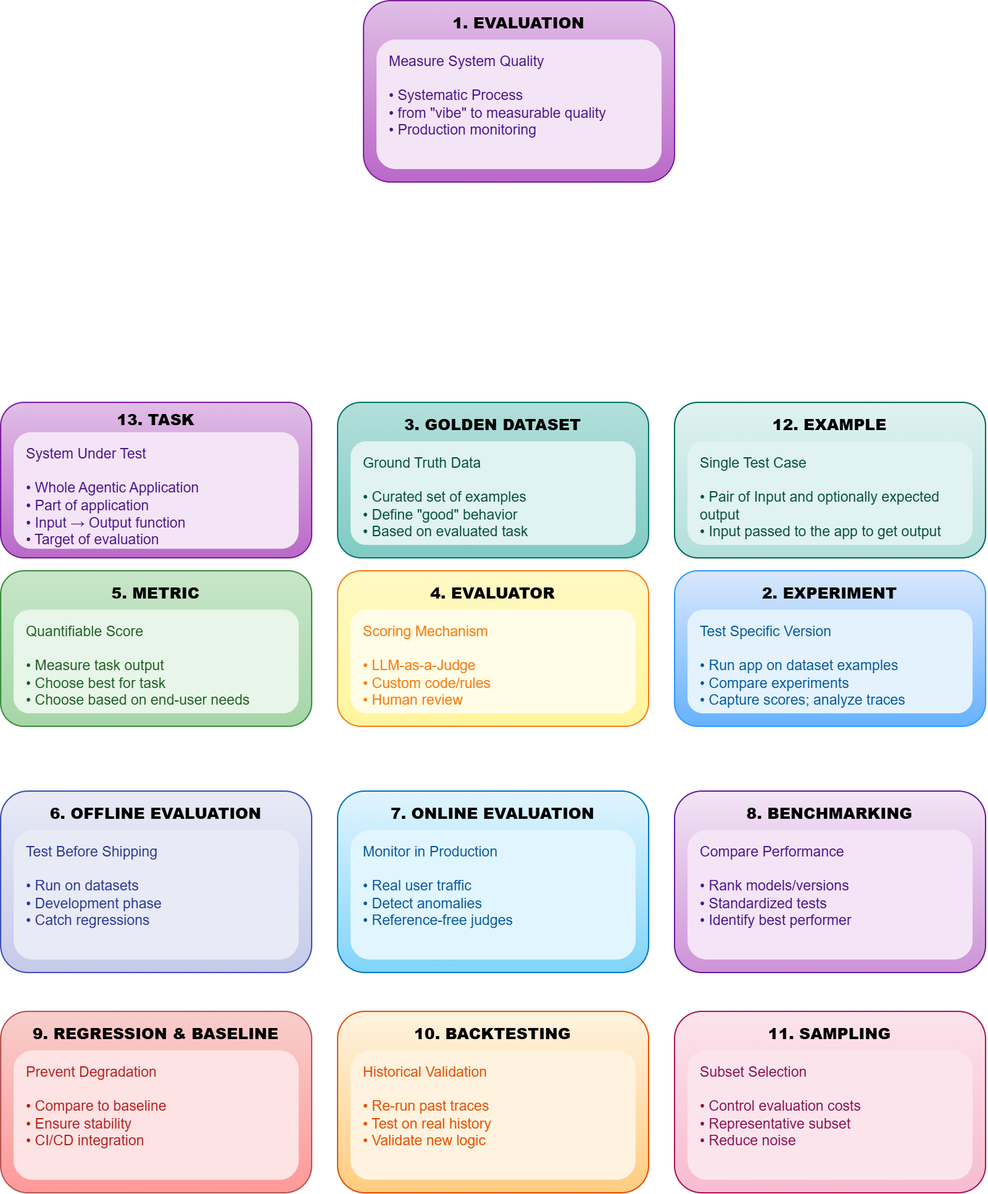
This is other/diagrams/evaluation_core_concepts.drawio.png from michaelmiscanuk/czsu-multi-agent-text-to-sql, a draw.io export, as it was before one commit. Source tidied: cells renumbered, new cells last; positions are measured from the earlier drawing's top-left corner, leaving out a move shared by most shapes.
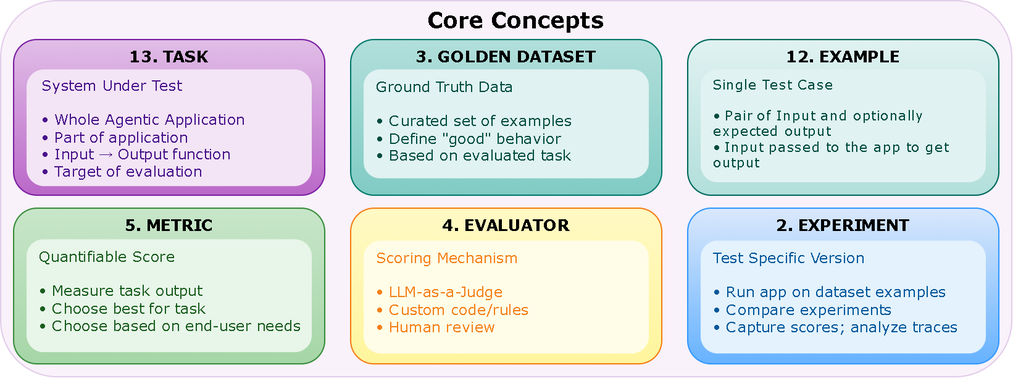
After the change.

Commit message:
356 Improving observability and evaluation core concepts diagrams

The edit, as a diff of the source:
```diff
@@ -2,82 +2,43 @@
   <root>
     <mxCell id="0" />
     <mxCell id="1" parent="0" />
-    <mxCell id="2" value="&lt;b&gt;1. EVALUATION&lt;/b&gt;" style="rounded=1;whiteSpace=wrap;html=1;fillColor=#e1bee7;strokeColor=#7B1FA2;fontSize=12;fontStyle=1;gradientColor=#ba68c8;align=center;verticalAlign=top;spacingTop=4;fontFamily=Helvetica;fontColor=default;spacing=2;" parent="1" vertex="1">
-      <mxGeometry x="280" width="240" height="140" as="geometry" />
-    </mxCell>
-    <mxCell id="3" value="&lt;span&gt;Measure System Quality&lt;/span&gt;&lt;br&gt;&lt;br&gt;• Systematic Process&lt;br&gt;• from &quot;vibe&quot; to measurable quality&lt;br&gt;• Production monitoring" style="text;html=1;strokeColor=none;fillColor=#f3e5f5;align=left;verticalAlign=top;whiteSpace=wrap;rounded=1;fontSize=11;fontFamily=Helvetica;fontColor=#4a148c;spacingLeft=8;fontStyle=0;spacingTop=4;" parent="1" vertex="1">
-      <mxGeometry x="290" y="30" width="220" height="100" as="geometry" />
-    </mxCell>
+    <mxCell id="28" value="&lt;b&gt;Core Concepts&lt;/b&gt;" style="rounded=1;whiteSpace=wrap;html=1;fillColor=#e1bee7;strokeColor=#7B1FA2;fontSize=17;fontStyle=1;opacity=20;align=center;verticalAlign=top;spacingLeft=15;spacingTop=-2;fontFamily=Verdana;fontColor=default;gradientColor=none;" parent="1" vertex="1">
+      <mxGeometry x="-10" y="280" width="780" height="290" as="geometry" />
+    </mxCell>
-    <mxCell id="4" value="&lt;b&gt;2. EXPERIMENT&lt;/b&gt;" style="rounded=1;whiteSpace=wrap;html=1;fillColor=#dae8fc;strokeColor=#3399FF;fontSize=12;fontStyle=1;gradientColor=#66B2FF;align=center;verticalAlign=top;spacingTop=4;fontFamily=Helvetica;fontColor=default;spacing=2;" parent="1" vertex="1">
+    <mxCell id="4" value="&lt;b&gt;2. EXPERIMENT&lt;/b&gt;" style="rounded=1;whiteSpace=wrap;html=1;fillColor=#dae8fc;strokeColor=#3399FF;fontSize=12;fontStyle=1;gradientColor=#66B2FF;align=center;verticalAlign=top;spacingTop=-1;fontFamily=Verdana;fontColor=default;spacing=2;" parent="1" vertex="1">
       <mxGeometry x="520" y="440" width="240" height="120" as="geometry" />
     </mxCell>
-    <mxCell id="5" value="&lt;span&gt;Test Specific Version&lt;/span&gt;&lt;br&gt;&lt;br&gt;• Run app on dataset examples&lt;br&gt;• Compare experiments&lt;br&gt;• Capture scores; analyze traces" style="text;html=1;strokeColor=none;fillColor=#E3F2FD;align=left;verticalAlign=top;whiteSpace=wrap;rounded=1;fontSize=11;fontFamily=Helvetica;fontColor=#01579B;spacingLeft=8;fontStyle=0;spacingTop=4;" parent="1" vertex="1">
-      <mxGeometry x="530" y="470" width="220" height="80" as="geometry" />
+    <mxCell id="5" value="&lt;span&gt;Test Specific Version&lt;/span&gt;&lt;br&gt;&lt;br&gt;• Run app on dataset examples&lt;br&gt;• Compare experiments&lt;br&gt;• Capture scores; analyze traces" style="text;html=1;strokeColor=none;fillColor=#E3F2FD;align=left;verticalAlign=top;whiteSpace=wrap;rounded=1;fontSize=11;fontFamily=Verdana;fontColor=#01579B;spacingLeft=8;fontStyle=0;spacingTop=0;" parent="1" vertex="1">
+      <mxGeometry x="530" y="465" width="220" height="87" as="geometry" />
     </mxCell>
-    <mxCell id="6" value="&lt;b&gt;3. GOLDEN DATASET&lt;/b&gt;" style="rounded=1;whiteSpace=wrap;html=1;fillColor=#b2dfdb;strokeColor=#00796B;fontSize=12;fontStyle=1;gradientColor=#80CBC4;align=center;verticalAlign=top;spacingTop=4;fontFamily=Helvetica;fontColor=default;spacing=2;" parent="1" vertex="1">
+    <mxCell id="6" value="&lt;b&gt;3. GOLDEN DATASET&lt;/b&gt;" style="rounded=1;whiteSpace=wrap;html=1;fillColor=#b2dfdb;strokeColor=#00796B;fontSize=12;fontStyle=1;gradientColor=#80CBC4;align=center;verticalAlign=top;spacingTop=-1;fontFamily=Verdana;fontColor=default;spacing=2;" parent="1" vertex="1">
       <mxGeometry x="260" y="310" width="240" height="120" as="geometry" />
     </mxCell>
-    <mxCell id="7" value="&lt;span&gt;Ground Truth Data&lt;/span&gt;&lt;br&gt;&lt;br&gt;• Curated set of examples&lt;br&gt;• Define &quot;good&quot; behavior&lt;div&gt;• Based on evaluated task&lt;/div&gt;" style="text;html=1;strokeColor=none;fillColor=#E0F2F1;align=left;verticalAlign=top;whiteSpace=wrap;rounded=1;fontSize=11;fontFamily=Helvetica;fontColor=#004D40;spacingLeft=8;fontStyle=0;spacingTop=4;" parent="1" vertex="1">
-      <mxGeometry x="270" y="340" width="220" height="80" as="geometry" />
+    <mxCell id="7" value="&lt;span&gt;Ground Truth Data&lt;/span&gt;&lt;br&gt;&lt;br&gt;• Curated set of examples&lt;br&gt;• Define &quot;good&quot; behavior&lt;div&gt;• Based on evaluated task&lt;/div&gt;" style="text;html=1;strokeColor=none;fillColor=#E0F2F1;align=left;verticalAlign=top;whiteSpace=wrap;rounded=1;fontSize=11;fontFamily=Verdana;fontColor=#004D40;spacingLeft=8;fontStyle=0;spacingTop=0;" parent="1" vertex="1">
+      <mxGeometry x="270" y="333" width="220" height="84" as="geometry" />
     </mxCell>
-    <mxCell id="8" value="&lt;b&gt;4. EVALUATOR&lt;/b&gt;" style="rounded=1;whiteSpace=wrap;html=1;fillColor=#fff9c4;strokeColor=#F57F17;fontSize=12;fontStyle=1;gradientColor=#FFF59D;align=center;verticalAlign=top;spacingTop=4;fontFamily=Helvetica;fontColor=default;spacing=2;" parent="1" vertex="1">
+    <mxCell id="8" value="&lt;b&gt;4. EVALUATOR&lt;/b&gt;" style="rounded=1;whiteSpace=wrap;html=1;fillColor=#fff9c4;strokeColor=#F57F17;fontSize=12;fontStyle=1;gradientColor=#FFF59D;align=center;verticalAlign=top;spacingTop=-1;fontFamily=Verdana;fontColor=default;spacing=2;" parent="1" vertex="1">
       <mxGeometry x="260" y="440" width="240" height="120" as="geometry" />
     </mxCell>
-    <mxCell id="9" value="&lt;span&gt;Scoring Mechanism&lt;/span&gt;&lt;br&gt;&lt;br&gt;• LLM-as-a-Judge&lt;br&gt;• Custom code/rules&lt;br&gt;• Human review" style="text;html=1;strokeColor=none;fillColor=#FFFDE7;align=left;verticalAlign=top;whiteSpace=wrap;rounded=1;fontSize=11;fontFamily=Helvetica;fontColor=#F57F17;spacingLeft=8;fontStyle=0;spacingTop=4;" parent="1" vertex="1">
-      <mxGeometry x="270" y="470" width="220" height="80" as="geometry" />
+    <mxCell id="9" value="&lt;span&gt;Scoring Mechanism&lt;/span&gt;&lt;br&gt;&lt;br&gt;• LLM-as-a-Judge&lt;br&gt;• Custom code/rules&lt;br&gt;• Human review" style="text;html=1;strokeColor=none;fillColor=#FFFDE7;align=left;verticalAlign=top;whiteSpace=wrap;rounded=1;fontSize=11;fontFamily=Verdana;fontColor=#F57F17;spacingLeft=8;fontStyle=0;spacingTop=0;" parent="1" vertex="1">
+      <mxGeometry x="270" y="465" width="220" height="87" as="geometry" />
     </mxCell>
-    <mxCell id="10" value="&lt;b&gt;5. METRIC&lt;/b&gt;" style="rounded=1;whiteSpace=wrap;html=1;fillColor=#c8e6c9;strokeColor=#388E3C;fontSize=12;fontStyle=1;gradientColor=#A5D6A7;align=center;verticalAlign=top;spacingTop=4;fontFamily=Helvetica;fontColor=default;spacing=2;" parent="1" vertex="1">
+    <mxCell id="10" value="&lt;b&gt;5. METRIC&lt;/b&gt;" style="rounded=1;whiteSpace=wrap;html=1;fillColor=#c8e6c9;strokeColor=#388E3C;fontSize=12;fontStyle=1;gradientColor=#A5D6A7;align=center;verticalAlign=top;spacingTop=-1;fontFamily=Verdana;fontColor=default;spacing=2;" parent="1" vertex="1">
       <mxGeometry y="440" width="240" height="120" as="geometry" />
     </mxCell>
-    <mxCell id="11" value="&lt;span&gt;Quantifiable Score&lt;/span&gt;&lt;br&gt;&lt;br&gt;• Measure task output&lt;br&gt;• Choose best for task&lt;br&gt;• Choose based on end-user needs" style="text;html=1;strokeColor=none;fillColor=#E8F5E9;align=left;verticalAlign=top;whiteSpace=wrap;rounded=1;fontSize=11;fontFamily=Helvetica;fontColor=#1B5E20;spacingLeft=8;fontStyle=0;spacingTop=4;" parent="1" vertex="1">
-      <mxGeometry x="10" y="470" width="220" height="80" as="geometry" />
+    <mxCell id="11" value="&lt;span&gt;Quantifiable Score&lt;/span&gt;&lt;br&gt;&lt;br&gt;• Measure task output&lt;br&gt;• Choose best for task&lt;br&gt;• Choose based on end-user needs" style="text;html=1;strokeColor=none;fillColor=#E8F5E9;align=left;verticalAlign=top;whiteSpace=wrap;rounded=1;fontSize=11;fontFamily=Verdana;fontColor=#1B5E20;spacingLeft=8;fontStyle=0;spacingTop=0;" parent="1" vertex="1">
+      <mxGeometry x="10" y="464" width="220" height="87" as="geometry" />
     </mxCell>
-    <mxCell id="12" value="&lt;b&gt;6. OFFLINE EVALUATION&lt;/b&gt;" style="rounded=1;whiteSpace=wrap;html=1;fillColor=#e8eaf6;strokeColor=#3F51B5;fontSize=12;fontStyle=1;gradientColor=#c5cae9;align=center;verticalAlign=top;spacingTop=4;fontFamily=Helvetica;fontColor=default;spacing=2;" parent="1" vertex="1">
-      <mxGeometry y="610" width="240" height="140" as="geometry" />
-    </mxCell>
-    <mxCell id="13" value="&lt;span&gt;Test Before Shipping&lt;/span&gt;&lt;br&gt;&lt;br&gt;• Run on datasets&lt;br&gt;• Development phase&lt;br&gt;• Catch regressions" style="text;html=1;strokeColor=none;fillColor=#E8EAF6;align=left;verticalAlign=top;whiteSpace=wrap;rounded=1;fontSize=11;fontFamily=Helvetica;fontColor=#283593;spacingLeft=8;fontStyle=0;spacingTop=4;" parent="1" vertex="1">
-      <mxGeometry x="10" y="640" width="220" height="100" as="geometry" />
-    </mxCell>
-    <mxCell id="14" value="&lt;b&gt;7. ONLINE EVALUATION&lt;/b&gt;" style="rounded=1;whiteSpace=wrap;html=1;fillColor=#e1f5fe;strokeColor=#0277BD;fontSize=12;fontStyle=1;gradientColor=#81d4fa;align=center;verticalAlign=top;spacingTop=4;fontFamily=Helvetica;fontColor=default;spacing=2;" parent="1" vertex="1">
-      <mxGeometry x="260" y="610" width="240" height="140" as="geometry" />
-    </mxCell>
-    <mxCell id="15" value="&lt;span&gt;Monitor in Production&lt;/span&gt;&lt;br&gt;&lt;br&gt;• Real user traffic&lt;br&gt;• Detect anomalies&lt;br&gt;• Reference-free judges" style="text;html=1;strokeColor=none;fillColor=#E1F5FE;align=left;verticalAlign=top;whiteSpace=wrap;rounded=1;fontSize=11;fontFamily=Helvetica;fontColor=#01579B;spacingLeft=8;fontStyle=0;spacingTop=4;" parent="1" vertex="1">
-      <mxGeometry x="270" y="640" width="220" height="100" as="geometry" />
-    </mxCell>
-    <mxCell id="16" value="&lt;b&gt;8. BENCHMARKING&lt;/b&gt;" style="rounded=1;whiteSpace=wrap;html=1;fillColor=#f3e5f5;strokeColor=#6A1B9A;fontSize=12;fontStyle=1;gradientColor=#ce93d8;align=center;verticalAlign=top;spacingTop=4;fontFamily=Helvetica;fontColor=default;spacing=2;" parent="1" vertex="1">
-      <mxGeometry x="520" y="610" width="240" height="140" as="geometry" />
-    </mxCell>
-    <mxCell id="17" value="&lt;span&gt;Compare Performance&lt;/span&gt;&lt;br&gt;&lt;br&gt;• Rank models/versions&lt;br&gt;• Standardized tests&lt;br&gt;• Identify best performer" style="text;html=1;strokeColor=none;fillColor=#F3E5F5;align=left;verticalAlign=top;whiteSpace=wrap;rounded=1;fontSize=11;fontFamily=Helvetica;fontColor=#4A148C;spacingLeft=8;fontStyle=0;spacingTop=4;" parent="1" vertex="1">
-      <mxGeometry x="530" y="640" width="220" height="100" as="geometry" />
-    </mxCell>
-    <mxCell id="18" value="&lt;b&gt;9. REGRESSION &amp; BASELINE&lt;/b&gt;" style="rounded=1;whiteSpace=wrap;html=1;fillColor=#f8cecc;strokeColor=#b85450;fontSize=12;fontStyle=1;gradientColor=#FF9999;align=center;verticalAlign=top;spacingTop=4;fontFamily=Helvetica;fontColor=default;spacing=2;" parent="1" vertex="1">
-      <mxGeometry y="780" width="240" height="140" as="geometry" />
-    </mxCell>
-    <mxCell id="19" value="&lt;span&gt;Prevent Degradation&lt;/span&gt;&lt;br&gt;&lt;br&gt;• Compare to baseline&lt;br&gt;• Ensure stability&lt;br&gt;• CI/CD integration" style="text;html=1;strokeColor=none;fillColor=#FDE3E3;align=left;verticalAlign=top;whiteSpace=wrap;rounded=1;fontSize=11;fontFamily=Helvetica;fontColor=#B71C1C;spacingLeft=8;fontStyle=0;spacingTop=4;" parent="1" vertex="1">
-      <mxGeometry x="10" y="810" width="220" height="100" as="geometry" />
-    </mxCell>
-    <mxCell id="20" value="&lt;b&gt;10. BACKTESTING&lt;/b&gt;" style="rounded=1;whiteSpace=wrap;html=1;fillColor=#fff3e0;strokeColor=#E65100;fontSize=12;fontStyle=1;gradientColor=#FFCC80;align=center;verticalAlign=top;spacingTop=4;fontFamily=Helvetica;fontColor=default;spacing=2;" parent="1" vertex="1">
-      <mxGeometry x="260" y="780" width="240" height="140" as="geometry" />
-    </mxCell>
-    <mxCell id="21" value="&lt;span&gt;Historical Validation&lt;/span&gt;&lt;br&gt;&lt;br&gt;• Re-run past traces&lt;br&gt;• Test on real history&lt;br&gt;• Validate new logic" style="text;html=1;strokeColor=none;fillColor=#FFF3E0;align=left;verticalAlign=top;whiteSpace=wrap;rounded=1;fontSize=11;fontFamily=Helvetica;fontColor=#E65100;spacingLeft=8;fontStyle=0;spacingTop=4;" parent="1" vertex="1">
-      <mxGeometry x="270" y="810" width="220" height="100" as="geometry" />
-    </mxCell>
-    <mxCell id="22" value="&lt;b&gt;11. SAMPLING&lt;/b&gt;" style="rounded=1;whiteSpace=wrap;html=1;fillColor=#fce4ec;strokeColor=#AD1457;fontSize=12;fontStyle=1;gradientColor=#F8BBD0;align=center;verticalAlign=top;spacingTop=4;fontFamily=Helvetica;fontColor=default;spacing=2;" parent="1" vertex="1">
-      <mxGeometry x="520" y="780" width="240" height="140" as="geometry" />
-    </mxCell>
-    <mxCell id="23" value="&lt;span&gt;Subset Selection&lt;/span&gt;&lt;br&gt;&lt;br&gt;• Control evaluation costs&lt;br&gt;• Representative subset&lt;br&gt;• Reduce noise" style="text;html=1;strokeColor=none;fillColor=#FCE4EC;align=left;verticalAlign=top;whiteSpace=wrap;rounded=1;fontSize=11;fontFamily=Helvetica;fontColor=#880E4F;spacingLeft=8;fontStyle=0;spacingTop=4;" parent="1" vertex="1">
-      <mxGeometry x="530" y="810" width="220" height="100" as="geometry" />
-    </mxCell>
-    <mxCell id="24" value="&lt;b&gt;12. EXAMPLE&lt;/b&gt;" style="rounded=1;whiteSpace=wrap;html=1;fillColor=#e0f2f1;strokeColor=#00695C;fontSize=12;fontStyle=1;gradientColor=#B2DFDB;align=center;verticalAlign=top;spacingTop=4;fontFamily=Helvetica;fontColor=default;spacing=2;" parent="1" vertex="1">
+    <mxCell id="24" value="&lt;b&gt;12. EXAMPLE&lt;/b&gt;" style="rounded=1;whiteSpace=wrap;html=1;fillColor=#e0f2f1;strokeColor=#00695C;fontSize=12;fontStyle=1;gradientColor=#B2DFDB;align=center;verticalAlign=top;spacingTop=-1;fontFamily=Verdana;fontColor=default;spacing=2;" parent="1" vertex="1">
       <mxGeometry x="520" y="310" width="240" height="120" as="geometry" />
     </mxCell>
-    <mxCell id="25" value="&lt;span&gt;Single Test Case&lt;/span&gt;&lt;br&gt;&lt;br&gt;• Pair of Input and optionally expected output&lt;br&gt;• Input passed to the app to get output" style="text;html=1;strokeColor=none;fillColor=#E0F2F1;align=left;verticalAlign=top;whiteSpace=wrap;rounded=1;fontSize=11;fontFamily=Helvetica;fontColor=#004D40;spacingLeft=8;fontStyle=0;spacingTop=4;" parent="1" vertex="1">
-      <mxGeometry x="530" y="340" width="220" height="80" as="geometry" />
+    <mxCell id="25" value="&lt;span&gt;Single Test Case&lt;/span&gt;&lt;br&gt;&lt;br&gt;• Pair of Input and optionally expected output&lt;br&gt;• Input passed to the app to get output" style="text;html=1;strokeColor=none;fillColor=#E0F2F1;align=left;verticalAlign=top;whiteSpace=wrap;rounded=1;fontSize=10;fontFamily=Verdana;fontColor=#004D40;spacingLeft=8;fontStyle=0;spacingTop=-1;" parent="1" vertex="1">
+      <mxGeometry x="530" y="333" width="220" height="87" as="geometry" />
     </mxCell>
-    <mxCell id="26" value="&lt;b&gt;13. TASK&lt;/b&gt;" style="rounded=1;whiteSpace=wrap;html=1;fillColor=#e1bee7;strokeColor=#7B1FA2;fontSize=12;fontStyle=1;gradientColor=#ba68c8;align=center;verticalAlign=top;spacingTop=0;fontFamily=Helvetica;fontColor=default;spacing=2;" parent="1" vertex="1">
+    <mxCell id="26" value="&lt;b&gt;13. TASK&lt;/b&gt;" style="rounded=1;whiteSpace=wrap;html=1;fillColor=#e1bee7;strokeColor=#7B1FA2;fontSize=12;fontStyle=1;gradientColor=#ba68c8;align=center;verticalAlign=top;spacingTop=-1;fontFamily=Verdana;fontColor=default;spacing=2;" parent="1" vertex="1">
       <mxGeometry y="310" width="240" height="120" as="geometry" />
     </mxCell>
-    <mxCell id="27" value="&lt;span&gt;System Under Test&lt;/span&gt;&lt;br&gt;&lt;br&gt;• Whole Agentic Application&lt;div&gt;• Part of application&lt;br&gt;• Input → Output function&lt;br&gt;• Target of evaluation&lt;/div&gt;" style="text;html=1;strokeColor=none;fillColor=#f3e5f5;align=left;verticalAlign=top;whiteSpace=wrap;rounded=1;fontSize=11;fontFamily=Helvetica;fontColor=#4a148c;spacingLeft=8;fontStyle=0;spacingTop=4;" parent="1" vertex="1">
+    <mxCell id="27" value="&lt;span&gt;System Under Test&lt;/span&gt;&lt;br&gt;&lt;br&gt;• Whole Agentic Application&lt;div&gt;• Part of application&lt;br&gt;• Input → Output function&lt;br&gt;• Target of evaluation&lt;/div&gt;" style="text;html=1;strokeColor=none;fillColor=#f3e5f5;align=left;verticalAlign=top;whiteSpace=wrap;rounded=1;fontSize=11;fontFamily=Verdana;fontColor=#4a148c;spacingLeft=8;fontStyle=0;spacingTop=-3;spacing=4;" parent="1" vertex="1">
       <mxGeometry x="10" y="333" width="220" height="90" as="geometry" />
     </mxCell>
   </root>
```
